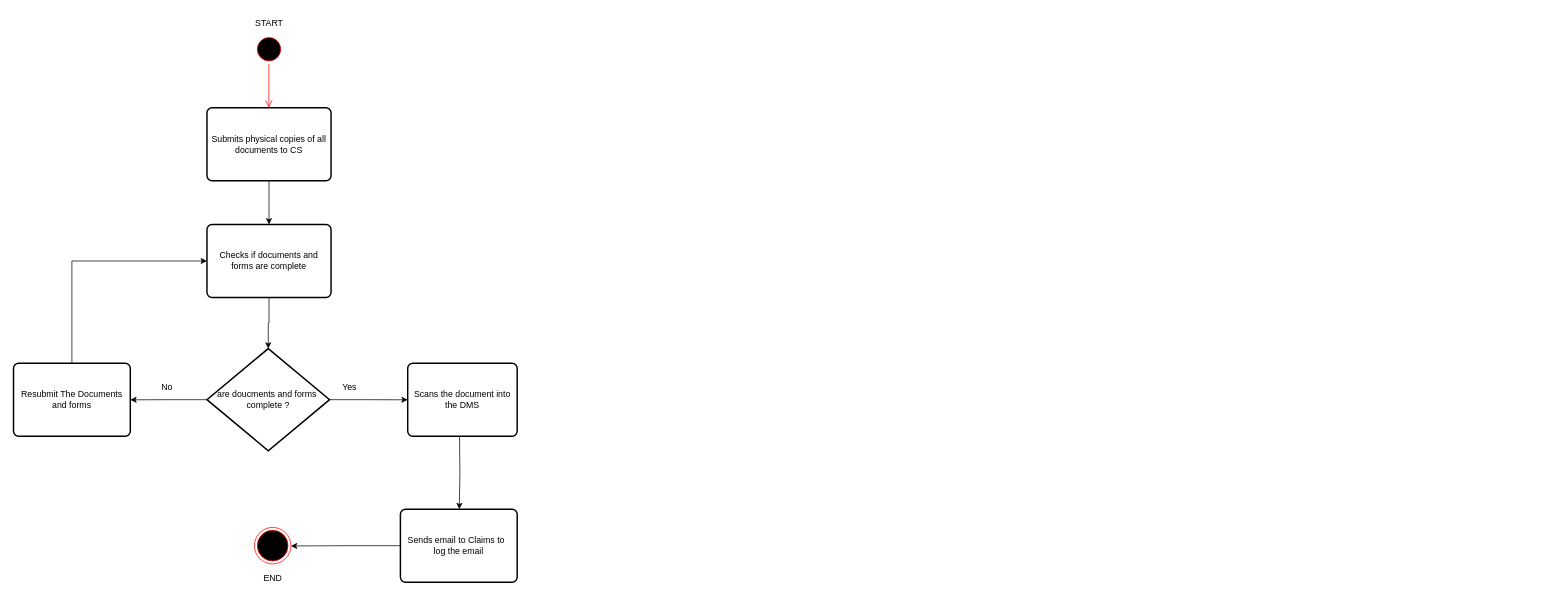
This is Untitled Diagram.drawio from mokaty1818795/ticketing, a draw.io file, before an edit. Source tidied: cells renumbered, new cells numbered last; positions are measured from the earlier drawing's top-left corner, leaving out a move shared by most shapes. Both pictures are drawn from the tidied source at 73%, with x=0, y=0 at pixel (13, 12).
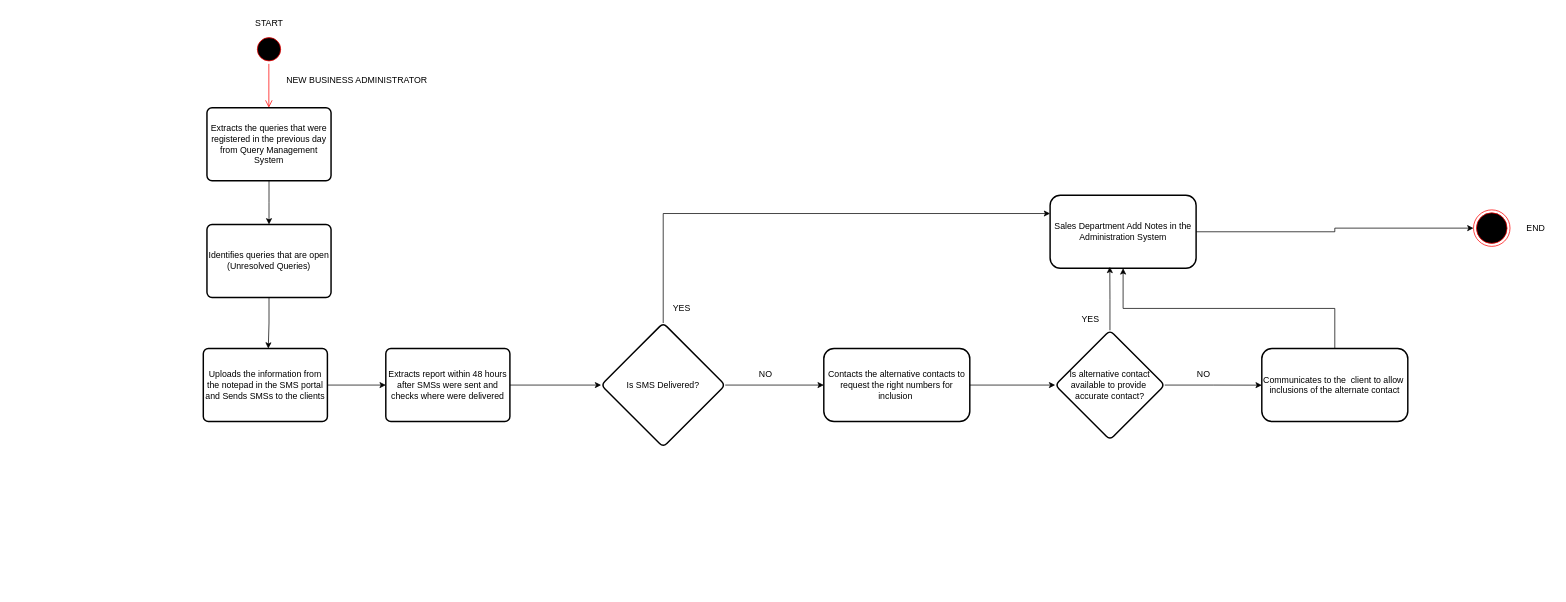
The same page after the edit.

What changed in the source:
```diff
@@
-    <mxCell id="6" value="Submits physical copies of all documents to CS" style="rounded=1;whiteSpace=wrap;html=1;absoluteArcSize=1;arcSize=14;strokeWidth=2;" parent="1" vertex="1">
+    <mxCell id="6" value="Extracts the queries that were registered in the previous day from Query Management System" style="rounded=1;whiteSpace=wrap;html=1;absoluteArcSize=1;arcSize=14;strokeWidth=2;" parent="1" vertex="1">
       <mxGeometry x="265" y="130" width="170" height="100" as="geometry" />
     </mxCell>
-    <mxCell id="7" style="edgeStyle=orthogonalEdgeStyle;rounded=0;jettySize=auto;html=1;" parent="1" edge="1" source="8" target="11">
-      <mxGeometry relative="1" as="geometry" />
+    <mxCell id="7" style="edgeStyle=orthogonalEdgeStyle;rounded=0;jettySize=auto;html=1;" parent="1" edge="1" source="8">
+      <mxGeometry relative="1" as="geometry">
+        <mxPoint x="349" y="460" as="targetPoint" />
+      </mxGeometry>
     </mxCell>
-    <mxCell id="8" value="Checks if documents and forms are complete" style="rounded=1;whiteSpace=wrap;html=1;absoluteArcSize=1;arcSize=14;strokeWidth=2;" parent="1" vertex="1">
+    <mxCell id="8" value="Identifies queries that are open&lt;br&gt;(Unresolved Queries)" style="rounded=1;whiteSpace=wrap;html=1;absoluteArcSize=1;arcSize=14;strokeWidth=2;" parent="1" vertex="1">
       <mxGeometry x="265" y="290" width="170" height="100" as="geometry" />
     </mxCell>
-    <mxCell id="9" style="edgeStyle=orthogonalEdgeStyle;rounded=0;jettySize=auto;html=1;exitX=1;exitY=0.5;exitDx=0;exitDy=0;exitPerimeter=0;" parent="1" edge="1" source="11">
-      <mxGeometry relative="1" as="geometry">
-        <mxPoint x="540" y="530.2" as="targetPoint" />
-      </mxGeometry>
-    </mxCell>
-    <mxCell id="10" style="edgeStyle=orthogonalEdgeStyle;rounded=0;jettySize=auto;html=1;exitX=0;exitY=0.5;exitDx=0;exitDy=0;exitPerimeter=0;" parent="1" edge="1" source="11">
-      <mxGeometry relative="1" as="geometry">
-        <mxPoint x="160" y="530.2" as="targetPoint" />
-      </mxGeometry>
-    </mxCell>
-    <mxCell id="11" value="are doucments and forms&amp;nbsp;&lt;br&gt;complete ?" style="strokeWidth=2;html=1;shape=mxgraph.flowchart.decision;whiteSpace=wrap;" parent="1" vertex="1">
-      <mxGeometry x="265" y="460" width="168" height="140" as="geometry" />
-    </mxCell>
-    <mxCell id="12" value="Yes" style="text;html=1;align=center;verticalAlign=middle;strokeColor=none;fillColor=none;" parent="1" vertex="1">
-      <mxGeometry x="440" y="498" width="40" height="30" as="geometry" />
-    </mxCell>
-    <mxCell id="13" value="No" style="text;html=1;align=center;verticalAlign=middle;strokeColor=none;fillColor=none;" parent="1" vertex="1">
-      <mxGeometry x="190" y="498" width="40" height="30" as="geometry" />
-    </mxCell>
-    <mxCell id="14" style="edgeStyle=orthogonalEdgeStyle;rounded=0;orthogonalLoop=1;jettySize=auto;html=1;exitX=0.5;exitY=1;exitDx=0;exitDy=0;" parent="1" edge="1">
-      <mxGeometry relative="1" as="geometry">
-        <mxPoint x="611" y="580" as="sourcePoint" />
-        <mxPoint x="610.7" y="680" as="targetPoint" />
-      </mxGeometry>
-    </mxCell>
-    <mxCell id="15" value="Scans the document into&lt;br&gt;the DMS" style="rounded=1;whiteSpace=wrap;html=1;absoluteArcSize=1;arcSize=14;strokeWidth=2;" parent="1" vertex="1">
-      <mxGeometry x="540" y="480" width="150" height="100" as="geometry" />
-    </mxCell>
-    <mxCell id="16" style="edgeStyle=orthogonalEdgeStyle;rounded=0;jettySize=auto;html=1;exitX=0;exitY=0.5;exitDx=0;exitDy=0;" parent="1" edge="1" source="17">
-      <mxGeometry relative="1" as="geometry">
-        <mxPoint x="380" y="730.4" as="targetPoint" />
-      </mxGeometry>
-    </mxCell>
-    <mxCell id="17" value="Sends email to Claims to&amp;nbsp;&amp;nbsp;&lt;br&gt;log the email" style="rounded=1;whiteSpace=wrap;html=1;absoluteArcSize=1;arcSize=14;strokeWidth=2;" parent="1" vertex="1">
-      <mxGeometry x="530" y="680" width="160" height="100" as="geometry" />
-    </mxCell>
     <mxCell id="18" style="ellipse;html=1;shape=endState;fillColor=#000000;strokeColor=#ff0000;" parent="1" vertex="1">
-      <mxGeometry x="330" y="705" width="50" height="50" as="geometry" />
+      <mxGeometry x="2000" y="270" width="50" height="50" as="geometry" />
     </mxCell>
     <mxCell id="19" value="END" style="text;html=1;align=center;verticalAlign=middle;strokeColor=none;fillColor=none;" parent="1" vertex="1">
-      <mxGeometry x="330" y="760" width="50" height="30" as="geometry" />
+      <mxGeometry x="2060" y="280" width="50" height="30" as="geometry" />
     </mxCell>
-    <mxCell id="20" style="edgeStyle=orthogonalEdgeStyle;rounded=0;jettySize=auto;html=1;entryX=0;entryY=0.5;entryDx=0;entryDy=0;" parent="1" edge="1" source="21" target="8">
-      <mxGeometry relative="1" as="geometry">
-        <Array as="points">
-          <mxPoint x="80" y="340" />
-        </Array>
-      </mxGeometry>
-    </mxCell>
-    <mxCell id="21" value="Resubmit The Documents and forms" style="rounded=1;whiteSpace=wrap;html=1;absoluteArcSize=1;arcSize=14;strokeWidth=2;" parent="1" vertex="1">
-      <mxGeometry y="480" width="160" height="100" as="geometry" />
-    </mxCell>
+    <mxCell id="22" value="NEW BUSINESS ADMINISTRATOR" style="text;html=1;align=center;verticalAlign=middle;strokeColor=none;fillColor=none;" parent="1" vertex="1">
+      <mxGeometry x="360" y="78" width="220" height="30" as="geometry" />
+    </mxCell>
+    <mxCell id="23" style="edgeStyle=orthogonalEdgeStyle;rounded=0;jettySize=auto;html=1;" parent="1" edge="1" source="24" target="26">
+      <mxGeometry relative="1" as="geometry" />
+    </mxCell>
+    <mxCell id="24" value="Uploads the information from the notepad in the SMS portal and Sends SMSs to the clients" style="rounded=1;whiteSpace=wrap;html=1;absoluteArcSize=1;arcSize=14;strokeWidth=2;" parent="1" vertex="1">
+      <mxGeometry x="260" y="460" width="170" height="100" as="geometry" />
+    </mxCell>
+    <mxCell id="25" style="edgeStyle=orthogonalEdgeStyle;rounded=0;jettySize=auto;html=1;" parent="1" edge="1" source="26" target="29">
+      <mxGeometry relative="1" as="geometry" />
+    </mxCell>
+    <mxCell id="26" value="Extracts report within 48 hours after SMSs were sent and checks where were delivered" style="rounded=1;whiteSpace=wrap;html=1;absoluteArcSize=1;arcSize=14;strokeWidth=2;" parent="1" vertex="1">
+      <mxGeometry x="510" y="460" width="170" height="100" as="geometry" />
+    </mxCell>
+    <mxCell id="27" style="edgeStyle=orthogonalEdgeStyle;rounded=0;jettySize=auto;html=1;" parent="1" edge="1" source="29" target="31">
+      <mxGeometry relative="1" as="geometry" />
+    </mxCell>
+    <mxCell id="28" style="edgeStyle=orthogonalEdgeStyle;rounded=0;jettySize=auto;html=1;exitX=0.5;exitY=0;exitDx=0;exitDy=0;entryX=0;entryY=0.25;entryDx=0;entryDy=0;" parent="1" edge="1" source="29" target="33">
+      <mxGeometry relative="1" as="geometry" />
+    </mxCell>
+    <mxCell id="29" value="Is SMS Delivered?" style="rhombus;whiteSpace=wrap;html=1;rounded=1;arcSize=14;strokeWidth=2;" parent="1" vertex="1">
+      <mxGeometry x="805" y="425" width="170" height="170" as="geometry" />
+    </mxCell>
+    <mxCell id="30" style="edgeStyle=orthogonalEdgeStyle;rounded=0;jettySize=auto;html=1;" parent="1" edge="1" source="31" target="37">
+      <mxGeometry relative="1" as="geometry" />
+    </mxCell>
+    <mxCell id="31" value="Contacts the alternative contacts to request the right numbers for inclusion&amp;nbsp;" style="whiteSpace=wrap;html=1;rounded=1;arcSize=14;strokeWidth=2;" parent="1" vertex="1">
+      <mxGeometry x="1110" y="460" width="200" height="100" as="geometry" />
+    </mxCell>
+    <mxCell id="32" style="edgeStyle=orthogonalEdgeStyle;rounded=0;jettySize=auto;html=1;exitX=1;exitY=0.5;exitDx=0;exitDy=0;entryX=0;entryY=0.5;entryDx=0;entryDy=0;" parent="1" edge="1" source="33" target="18">
+      <mxGeometry relative="1" as="geometry" />
+    </mxCell>
+    <mxCell id="33" value="Sales Department Add Notes in the Administration System" style="whiteSpace=wrap;html=1;rounded=1;arcSize=14;strokeWidth=2;" parent="1" vertex="1">
+      <mxGeometry x="1420" y="250" width="200" height="100" as="geometry" />
+    </mxCell>
+    <mxCell id="34" value="YES" style="text;html=1;align=center;verticalAlign=middle;strokeColor=none;fillColor=none;" parent="1" vertex="1">
+      <mxGeometry x="890" y="390" width="50" height="30" as="geometry" />
+    </mxCell>
+    <mxCell id="35" value="NO" style="text;html=1;align=center;verticalAlign=middle;strokeColor=none;fillColor=none;" parent="1" vertex="1">
+      <mxGeometry x="1010" y="480" width="40" height="30" as="geometry" />
+    </mxCell>
+    <mxCell id="36" style="edgeStyle=orthogonalEdgeStyle;rounded=0;jettySize=auto;html=1;exitX=1;exitY=0.5;exitDx=0;exitDy=0;" parent="1" edge="1" source="37">
+      <mxGeometry relative="1" as="geometry">
+        <mxPoint x="1710" y="510.1" as="targetPoint" />
+      </mxGeometry>
+    </mxCell>
+    <mxCell id="37" value="Is alternative contact available to provide&amp;nbsp;&lt;br&gt;accurate contact?" style="rhombus;whiteSpace=wrap;html=1;rounded=1;arcSize=14;strokeWidth=2;" parent="1" vertex="1">
+      <mxGeometry x="1427" y="435" width="150" height="150" as="geometry" />
+    </mxCell>
+    <mxCell id="38" style="edgeStyle=orthogonalEdgeStyle;rounded=0;jettySize=auto;html=1;exitX=0.5;exitY=0;exitDx=0;exitDy=0;entryX=0.409;entryY=0.98;entryDx=0;entryDy=0;entryPerimeter=0;" parent="1" edge="1" source="37" target="33">
+      <mxGeometry relative="1" as="geometry" />
+    </mxCell>
+    <mxCell id="39" value="YES" style="text;html=1;align=center;verticalAlign=middle;strokeColor=none;fillColor=none;" parent="1" vertex="1">
+      <mxGeometry x="1450" y="405" width="50" height="30" as="geometry" />
+    </mxCell>
+    <mxCell id="40" value="Communicates to the&amp;nbsp; client to allow&amp;nbsp; inclusions of the alternate contact" style="whiteSpace=wrap;html=1;rounded=1;arcSize=14;strokeWidth=2;" parent="1" vertex="1">
+      <mxGeometry x="1710" y="460" width="200" height="100" as="geometry" />
+    </mxCell>
+    <mxCell id="41" style="edgeStyle=orthogonalEdgeStyle;rounded=0;jettySize=auto;html=1;exitX=0.5;exitY=0;exitDx=0;exitDy=0;" parent="1" edge="1" source="40" target="33">
+      <mxGeometry relative="1" as="geometry" />
+    </mxCell>
+    <mxCell id="42" value="NO" style="text;html=1;align=center;verticalAlign=middle;strokeColor=none;fillColor=none;" parent="1" vertex="1">
+      <mxGeometry x="1610" y="480" width="40" height="30" as="geometry" />
+    </mxCell>
```
